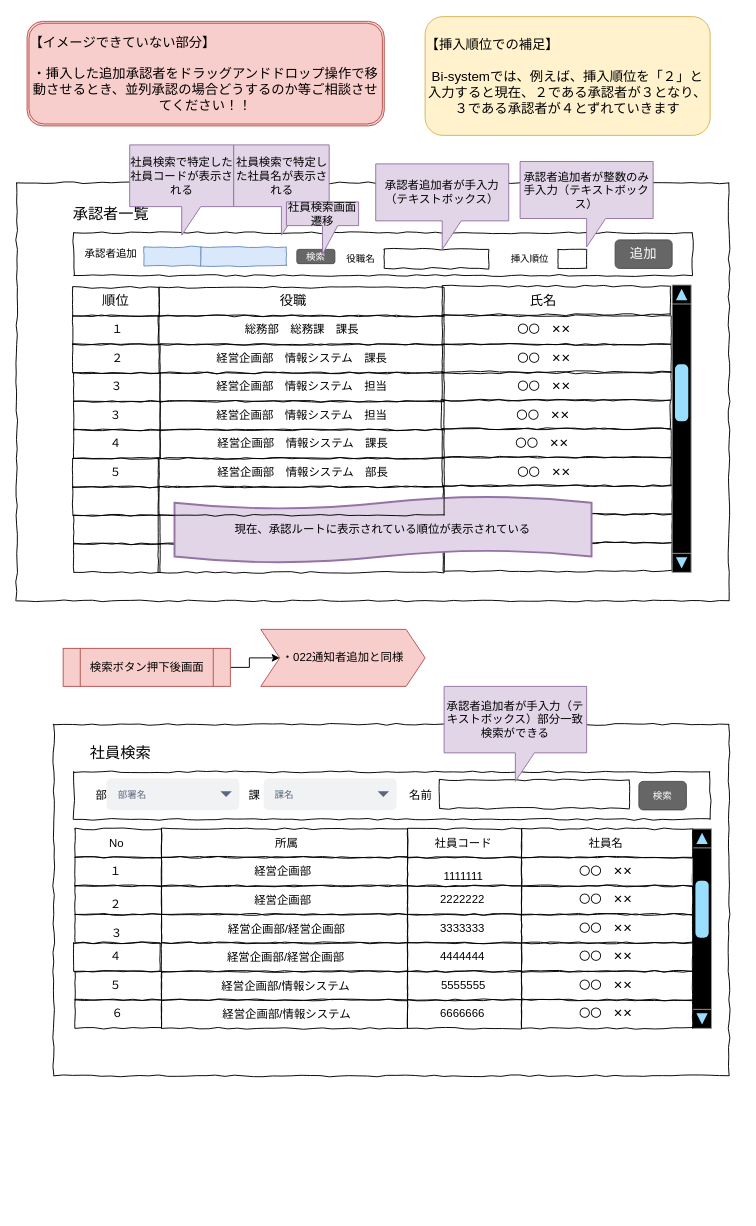
This is page "s021承認者追加" (7 of 10) of docs/設計資料/01_画面/画面イメージ.drawio from haphuongnt96/Django-REST-Practice, a draw.io file, before an edit. Source tidied: cells renumbered, new cells numbered last; positions are measured from the earlier drawing's top-left corner, leaving out a move shared by most shapes. Both pictures are drawn from the tidied source at 95%, with x=0, y=0 at pixel (16, 16).
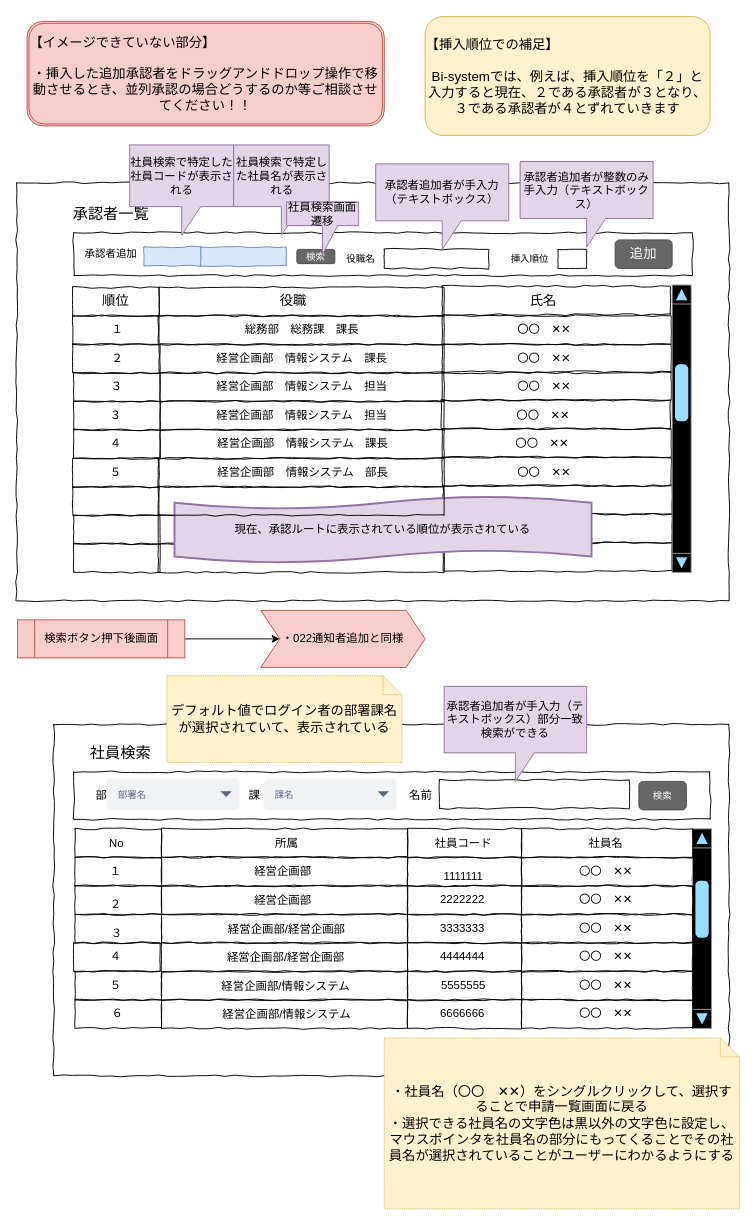
Above is the later version.

What changed in the source:
```diff
@@
     <mxCell id="72" value="検索ボタン押下後画面" style="shape=process;whiteSpace=wrap;html=1;backgroundOutline=1;fillColor=#f8cecc;strokeColor=#b85450;" parent="1" vertex="1">
-      <mxGeometry x="49" y="665" width="176" height="40" as="geometry" />
+      <mxGeometry x="1" y="635" width="176" height="40" as="geometry" />
     </mxCell>
@@
     <mxCell id="146" value="・022通知者追加と同様" style="shape=step;perimeter=stepPerimeter;whiteSpace=wrap;html=1;fixedSize=1;strokeColor=#b85450;fillColor=#f8cecc;" parent="1" vertex="1">
-      <mxGeometry x="257" y="645" width="173" height="60" as="geometry" />
+      <mxGeometry x="257" y="625" width="173" height="60" as="geometry" />
     </mxCell>
+    <mxCell id="147" value="デフォルト値でログイン者の部署課名が選択されていて、表示されている" style="shape=note;size=20;whiteSpace=wrap;html=1;fontSize=14;strokeColor=#d6b656;strokeWidth=1;fillColor=#fff2cc;dashed=1;dashPattern=1 1;" parent="1" vertex="1">
+      <mxGeometry x="158.2" y="693.8" width="247.5" height="91.2" as="geometry" />
+    </mxCell>
+    <mxCell id="148" value="・社員名（〇〇　✕✕）をシングルクリックして、選択することで申請一覧画面に戻る&lt;br&gt;・選択できる社員名の文字色は黒以外の文字色に設定し、マウスポインタを社員名の部分にもってくることでその社員名が選択されていることがユーザーにわかるようにする" style="shape=note;size=20;whiteSpace=wrap;html=1;fontSize=14;strokeColor=#d6b656;strokeWidth=1;fillColor=#fff2cc;dashed=1;dashPattern=1 1;" parent="1" vertex="1">
+      <mxGeometry x="387" y="1075" width="373.8" height="180" as="geometry" />
+    </mxCell>
```
